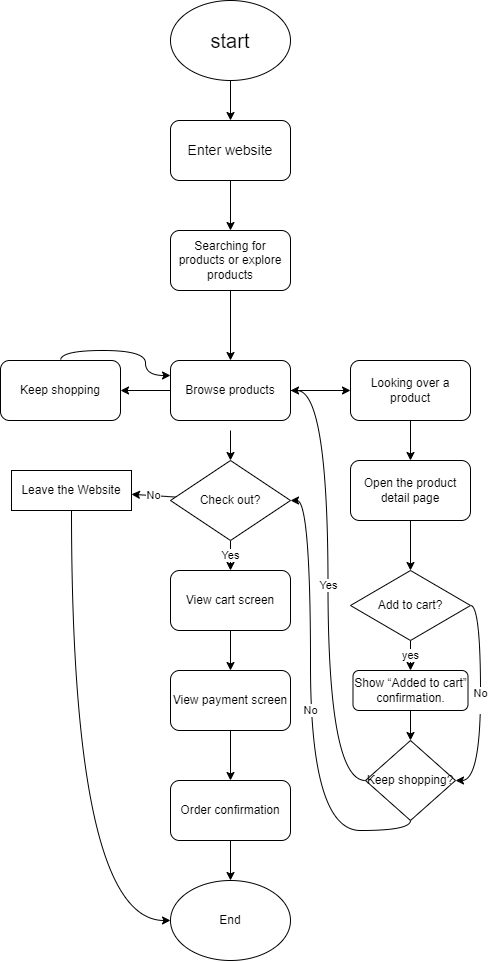
faker1897/sp25-cse110-lab4 keeps this draw.io diagram as explore/diagramming/diagram.drawio.png. Above is the earlier version. Source tidied: cells renumbered, new cells last; positions are measured from the earlier drawing's top-left corner, leaving out a move shared by most shapes. Its diagram source:
```xml
<mxGraphModel>
  <root>
    <mxCell id="0" />
    <mxCell id="1" parent="0" />
    <mxCell id="2" style="edgeStyle=none;html=1;exitX=0.5;exitY=1;exitDx=0;exitDy=0;" parent="1" edge="1" source="3" target="5">
      <mxGeometry relative="1" as="geometry" />
    </mxCell>
    <mxCell id="3" value="&lt;font style=&quot;font-size: 20px;&quot;&gt;start&lt;/font&gt;" style="ellipse;whiteSpace=wrap;html=1;" parent="1" vertex="1">
      <mxGeometry x="170" width="120" height="80" as="geometry" />
    </mxCell>
    <mxCell id="4" style="edgeStyle=none;html=1;exitX=0.5;exitY=1;exitDx=0;exitDy=0;entryX=0.5;entryY=0;entryDx=0;entryDy=0;" parent="1" edge="1" source="5" target="7">
      <mxGeometry relative="1" as="geometry" />
    </mxCell>
    <mxCell id="5" value="&lt;font style=&quot;font-size: 14px;&quot;&gt;Enter website&lt;/font&gt;" style="rounded=1;whiteSpace=wrap;html=1;" parent="1" vertex="1">
      <mxGeometry x="170" y="120" width="120" height="60" as="geometry" />
    </mxCell>
    <mxCell id="6" style="edgeStyle=none;html=1;exitX=0.5;exitY=1;exitDx=0;exitDy=0;entryX=0.5;entryY=0;entryDx=0;entryDy=0;" parent="1" edge="1" source="7" target="37">
      <mxGeometry relative="1" as="geometry" />
    </mxCell>
    <mxCell id="7" value="Searching for products or explore products" style="rounded=1;whiteSpace=wrap;html=1;" parent="1" vertex="1">
      <mxGeometry x="170" y="230" width="120" height="60" as="geometry" />
    </mxCell>
    <mxCell id="8" style="edgeStyle=none;html=1;exitX=1;exitY=0.5;exitDx=0;exitDy=0;entryX=0;entryY=0.5;entryDx=0;entryDy=0;" parent="1" edge="1" source="37" target="12">
      <mxGeometry relative="1" as="geometry" />
    </mxCell>
    <mxCell id="9" style="edgeStyle=none;html=1;" parent="1" edge="1" target="32">
      <mxGeometry relative="1" as="geometry">
        <mxPoint x="230" y="430" as="sourcePoint" />
      </mxGeometry>
    </mxCell>
    <mxCell id="10" style="edgeStyle=none;html=1;" parent="1" edge="1" target="36">
      <mxGeometry relative="1" as="geometry">
        <mxPoint x="175" y="390" as="sourcePoint" />
      </mxGeometry>
    </mxCell>
    <mxCell id="11" style="edgeStyle=none;html=1;" parent="1" edge="1" source="12" target="14">
      <mxGeometry relative="1" as="geometry" />
    </mxCell>
    <mxCell id="12" value="Looking over a product" style="rounded=1;whiteSpace=wrap;html=1;" parent="1" vertex="1">
      <mxGeometry x="350" y="360" width="120" height="60" as="geometry" />
    </mxCell>
    <mxCell id="13" style="edgeStyle=none;html=1;entryX=0.5;entryY=0;entryDx=0;entryDy=0;" parent="1" edge="1" source="14" target="27">
      <mxGeometry relative="1" as="geometry" />
    </mxCell>
    <mxCell id="14" value="Open the product detail page" style="rounded=1;whiteSpace=wrap;html=1;" parent="1" vertex="1">
      <mxGeometry x="350" y="460" width="120" height="60" as="geometry" />
    </mxCell>
    <mxCell id="15" value="No" style="edgeStyle=orthogonalEdgeStyle;html=1;exitX=0.5;exitY=1;exitDx=0;exitDy=0;entryX=1;entryY=0.5;entryDx=0;entryDy=0;curved=1;" parent="1" edge="1" source="16" target="32">
      <mxGeometry relative="1" as="geometry">
        <Array as="points">
          <mxPoint x="410" y="830" />
          <mxPoint x="310" y="830" />
          <mxPoint x="310" y="500" />
        </Array>
      </mxGeometry>
    </mxCell>
    <mxCell id="16" value="Keep shopping?" style="rhombus;whiteSpace=wrap;html=1;" parent="1" vertex="1">
      <mxGeometry x="365" y="740" width="90" height="80" as="geometry" />
    </mxCell>
    <mxCell id="17" value="Yes" style="edgeStyle=orthogonalEdgeStyle;html=1;entryX=1;entryY=0.5;entryDx=0;entryDy=0;exitX=0;exitY=0.5;exitDx=0;exitDy=0;curved=1;" parent="1" edge="1" source="16" target="37">
      <mxGeometry relative="1" as="geometry" />
    </mxCell>
    <mxCell id="18" style="edgeStyle=none;html=1;" parent="1" edge="1" source="19" target="21">
      <mxGeometry relative="1" as="geometry" />
    </mxCell>
    <mxCell id="19" value="View cart screen" style="rounded=1;whiteSpace=wrap;html=1;" parent="1" vertex="1">
      <mxGeometry x="170" y="570" width="120" height="60" as="geometry" />
    </mxCell>
    <mxCell id="20" style="edgeStyle=none;html=1;" parent="1" edge="1" source="21" target="23">
      <mxGeometry relative="1" as="geometry" />
    </mxCell>
    <mxCell id="21" value="View payment screen" style="rounded=1;whiteSpace=wrap;html=1;" parent="1" vertex="1">
      <mxGeometry x="170" y="670" width="120" height="60" as="geometry" />
    </mxCell>
    <mxCell id="22" style="edgeStyle=none;html=1;" parent="1" edge="1" source="23" target="24">
      <mxGeometry relative="1" as="geometry" />
    </mxCell>
    <mxCell id="23" value="Order confirmation" style="rounded=1;whiteSpace=wrap;html=1;" parent="1" vertex="1">
      <mxGeometry x="170" y="780" width="120" height="60" as="geometry" />
    </mxCell>
    <mxCell id="24" value="End" style="ellipse;whiteSpace=wrap;html=1;" parent="1" vertex="1">
      <mxGeometry x="170" y="880" width="120" height="80" as="geometry" />
    </mxCell>
    <mxCell id="25" value="yes" style="edgeStyle=none;html=1;" parent="1" edge="1" source="27" target="29">
      <mxGeometry relative="1" as="geometry" />
    </mxCell>
    <mxCell id="26" value="No&lt;div&gt;&lt;br&gt;&lt;/div&gt;" style="edgeStyle=orthogonalEdgeStyle;html=1;exitX=1;exitY=0.5;exitDx=0;exitDy=0;entryX=1;entryY=0.5;entryDx=0;entryDy=0;curved=1;" parent="1" edge="1" source="27" target="16">
      <mxGeometry relative="1" as="geometry" />
    </mxCell>
    <mxCell id="27" value="&lt;span style=&quot;color: rgb(0, 0, 0);&quot;&gt;Add to cart?&lt;/span&gt;" style="rhombus;whiteSpace=wrap;html=1;" parent="1" vertex="1">
      <mxGeometry x="350" y="570" width="120" height="70" as="geometry" />
    </mxCell>
    <mxCell id="28" style="edgeStyle=none;html=1;" parent="1" edge="1" source="29" target="16">
      <mxGeometry relative="1" as="geometry" />
    </mxCell>
    <mxCell id="29" value="Show “Added to cart” confirmation." style="rounded=1;whiteSpace=wrap;html=1;" parent="1" vertex="1">
      <mxGeometry x="352.5" y="670" width="115" height="40" as="geometry" />
    </mxCell>
    <mxCell id="30" value="Yes" style="edgeStyle=none;html=1;" parent="1" edge="1" source="32" target="19">
      <mxGeometry relative="1" as="geometry" />
    </mxCell>
    <mxCell id="31" value="No" style="edgeStyle=none;html=1;" parent="1" edge="1" source="32" target="34">
      <mxGeometry relative="1" as="geometry" />
    </mxCell>
    <mxCell id="32" value="Check out?" style="rhombus;whiteSpace=wrap;html=1;" parent="1" vertex="1">
      <mxGeometry x="170" y="460" width="120" height="80" as="geometry" />
    </mxCell>
    <mxCell id="33" style="edgeStyle=orthogonalEdgeStyle;html=1;exitX=0.5;exitY=1;exitDx=0;exitDy=0;entryX=0;entryY=0.5;entryDx=0;entryDy=0;curved=1;" parent="1" edge="1" source="34" target="24">
      <mxGeometry relative="1" as="geometry" />
    </mxCell>
    <mxCell id="34" value="Leave the Website" style="rounded=0;whiteSpace=wrap;html=1;" parent="1" vertex="1">
      <mxGeometry x="11" y="470" width="120" height="40" as="geometry" />
    </mxCell>
    <mxCell id="35" style="edgeStyle=orthogonalEdgeStyle;html=1;exitX=0.5;exitY=0;exitDx=0;exitDy=0;entryX=0;entryY=0.25;entryDx=0;entryDy=0;curved=1;" parent="1" edge="1" source="36" target="37">
      <mxGeometry relative="1" as="geometry" />
    </mxCell>
    <mxCell id="36" value="Keep shopping" style="rounded=1;whiteSpace=wrap;html=1;" parent="1" vertex="1">
      <mxGeometry y="360" width="120" height="60" as="geometry" />
    </mxCell>
    <mxCell id="37" value="&lt;span style=&quot;color: rgb(0, 0, 0);&quot;&gt;Browse products&lt;/span&gt;" style="rounded=1;whiteSpace=wrap;html=1;" parent="1" vertex="1">
      <mxGeometry x="170" y="360" width="120" height="60" as="geometry" />
    </mxCell>
  </root>
</mxGraphModel>
```
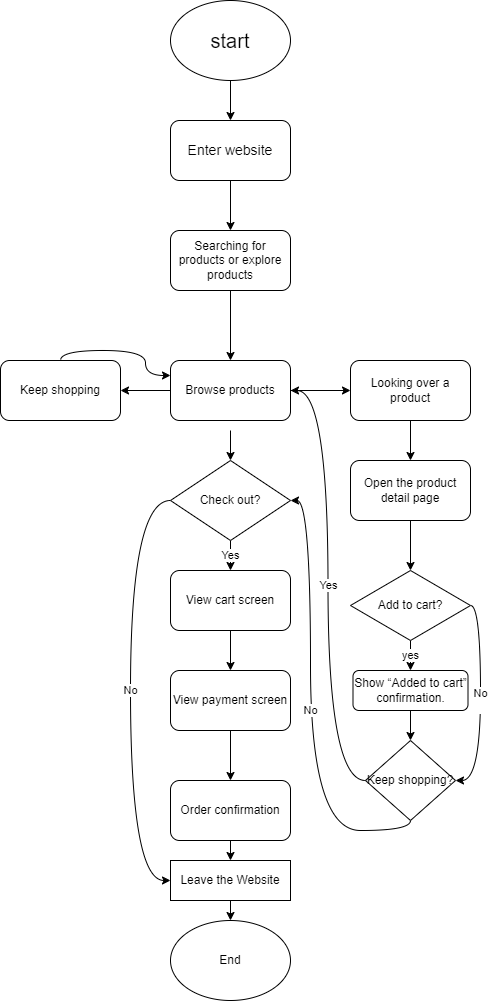
The same file after the commit.

Diff of the diagram source:
```diff
@@ -72,14 +72,14 @@
     <mxCell id="21" value="View payment screen" style="rounded=1;whiteSpace=wrap;html=1;" parent="1" vertex="1">
       <mxGeometry x="170" y="670" width="120" height="60" as="geometry" />
     </mxCell>
-    <mxCell id="22" style="edgeStyle=none;html=1;" parent="1" edge="1" source="23" target="24">
-      <mxGeometry relative="1" as="geometry" />
-    </mxCell>
+    <mxCell id="38" style="edgeStyle=none;html=1;" parent="1" edge="1" source="23" target="34">
+      <mxGeometry relative="1" as="geometry" />
+    </mxCell>
     <mxCell id="23" value="Order confirmation" style="rounded=1;whiteSpace=wrap;html=1;" parent="1" vertex="1">
       <mxGeometry x="170" y="780" width="120" height="60" as="geometry" />
     </mxCell>
     <mxCell id="24" value="End" style="ellipse;whiteSpace=wrap;html=1;" parent="1" vertex="1">
-      <mxGeometry x="170" y="880" width="120" height="80" as="geometry" />
+      <mxGeometry x="170" y="920" width="120" height="80" as="geometry" />
     </mxCell>
     <mxCell id="25" value="yes" style="edgeStyle=none;html=1;" parent="1" edge="1" source="27" target="29">
       <mxGeometry relative="1" as="geometry" />
@@ -99,17 +99,22 @@
     <mxCell id="30" value="Yes" style="edgeStyle=none;html=1;" parent="1" edge="1" source="32" target="19">
       <mxGeometry relative="1" as="geometry" />
     </mxCell>
-    <mxCell id="31" value="No" style="edgeStyle=none;html=1;" parent="1" edge="1" source="32" target="34">
-      <mxGeometry relative="1" as="geometry" />
+    <mxCell id="31" value="No" style="edgeStyle=orthogonalEdgeStyle;html=1;curved=1;exitX=0;exitY=0.5;exitDx=0;exitDy=0;entryX=0;entryY=0.5;entryDx=0;entryDy=0;" parent="1" edge="1" source="32" target="34">
+      <mxGeometry relative="1" as="geometry">
+        <Array as="points">
+          <mxPoint x="130" y="500" />
+          <mxPoint x="130" y="880" />
+        </Array>
+      </mxGeometry>
     </mxCell>
     <mxCell id="32" value="Check out?" style="rhombus;whiteSpace=wrap;html=1;" parent="1" vertex="1">
       <mxGeometry x="170" y="460" width="120" height="80" as="geometry" />
     </mxCell>
-    <mxCell id="33" style="edgeStyle=orthogonalEdgeStyle;html=1;exitX=0.5;exitY=1;exitDx=0;exitDy=0;entryX=0;entryY=0.5;entryDx=0;entryDy=0;curved=1;" parent="1" edge="1" source="34" target="24">
+    <mxCell id="33" style="edgeStyle=none;html=1;" parent="1" edge="1" source="34" target="24">
       <mxGeometry relative="1" as="geometry" />
     </mxCell>
     <mxCell id="34" value="Leave the Website" style="rounded=0;whiteSpace=wrap;html=1;" parent="1" vertex="1">
-      <mxGeometry x="11" y="470" width="120" height="40" as="geometry" />
+      <mxGeometry x="170" y="860" width="120" height="40" as="geometry" />
     </mxCell>
     <mxCell id="35" style="edgeStyle=orthogonalEdgeStyle;html=1;exitX=0.5;exitY=0;exitDx=0;exitDy=0;entryX=0;entryY=0.25;entryDx=0;entryDy=0;curved=1;" parent="1" edge="1" source="36" target="37">
       <mxGeometry relative="1" as="geometry" />
```
